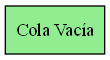
The Graphviz diagram Proyecto01/grafica_cola.png in M-A1201/C-Users-Manuel-Desktop-practica_CS-CursoSharp-PracticaIPC2-IPC2_Proy01_202602_202402501, before a commit. Its source is kept beside it as Proyecto01/grafica_cola.dot. Source of this version:
```dot
digraph Cola {
    rankdir=LR;
    node [shape=record, style=filled, fillcolor=lightgreen];

    vacio [label="Cola Vacía"];
}
```
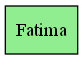
The same diagram one commit later.

The edit, as a diff of the source:
```diff
@@ -2,5 +2,5 @@
     rankdir=LR;
     node [shape=record, style=filled, fillcolor=lightgreen];
 
-    vacio [label="Cola Vacía"];
+    nodo0 [label="Fatima"];
 }
```
